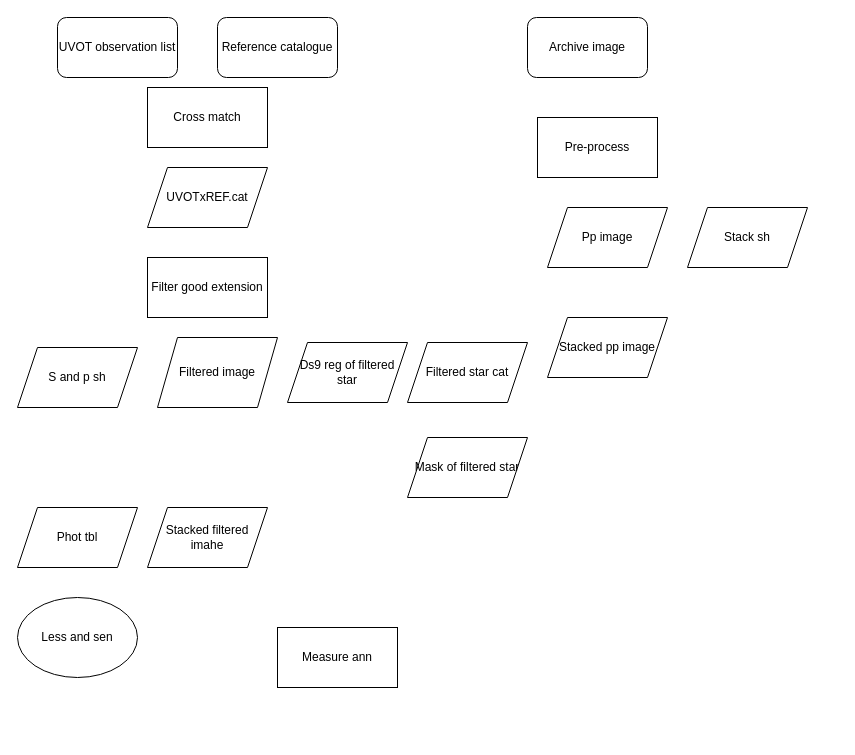
Earlier version of the draw.io diagram 未命名绘图.drawio (HaoZhou0810/Cap). Source tidied: cells renumbered, new cells numbered last; positions are measured from the earlier drawing's top-left corner, leaving out a move shared by most shapes. Both pictures are drawn from the tidied source at 100%, with x=0, y=0 at pixel (17, 17).
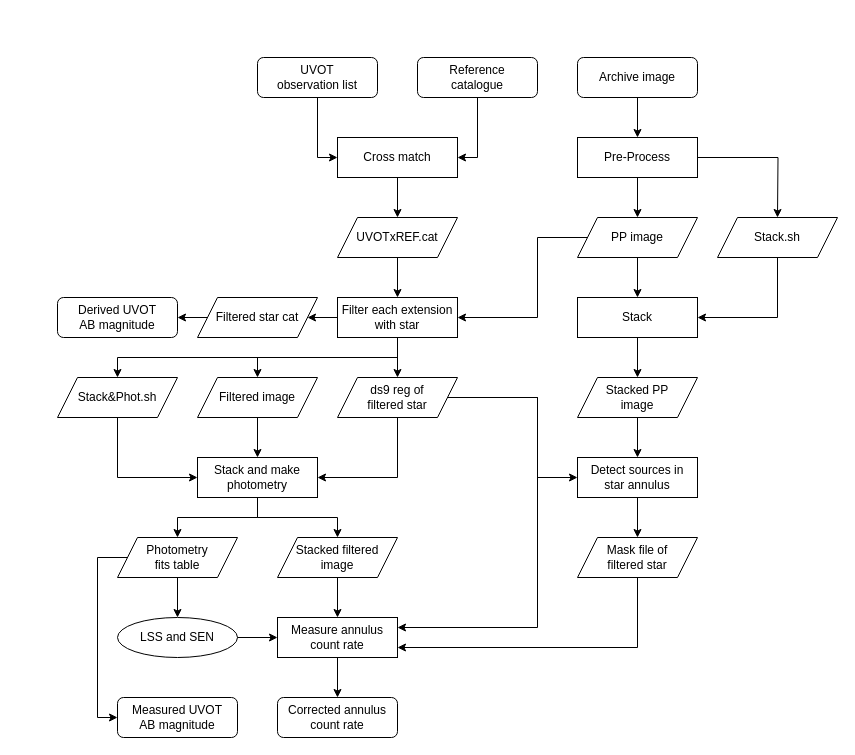
Above is the later version.

Commit message:
更新未命名绘图.drawio

Change to the diagram source:
```diff
@@
-    <mxCell id="2" value="Pre-process" style="rounded=0;whiteSpace=wrap;html=1;" parent="1" vertex="1">
-      <mxGeometry x="520" y="100" width="120" height="60" as="geometry" />
+    <mxCell id="2" value="Pre-Process" style="rounded=0;whiteSpace=wrap;html=1;" parent="1" vertex="1">
+      <mxGeometry x="560" y="120" width="120" height="40" as="geometry" />
     </mxCell>
-    <mxCell id="3" value="Pp image" style="shape=parallelogram;perimeter=parallelogramPerimeter;whiteSpace=wrap;html=1;fixedSize=1;" parent="1" vertex="1">
-      <mxGeometry x="530" y="190" width="120" height="60" as="geometry" />
+    <mxCell id="3" value="PP image" style="shape=parallelogram;perimeter=parallelogramPerimeter;whiteSpace=wrap;html=1;fixedSize=1;" parent="1" vertex="1">
+      <mxGeometry x="560" y="200" width="120" height="40" as="geometry" />
     </mxCell>
-    <mxCell id="4" value="Stack sh" style="shape=parallelogram;perimeter=parallelogramPerimeter;whiteSpace=wrap;html=1;fixedSize=1;" parent="1" vertex="1">
-      <mxGeometry x="670" y="190" width="120" height="60" as="geometry" />
+    <mxCell id="4" value="Stack.sh" style="shape=parallelogram;perimeter=parallelogramPerimeter;whiteSpace=wrap;html=1;fixedSize=1;" parent="1" vertex="1">
+      <mxGeometry x="700" y="200" width="120" height="40" as="geometry" />
     </mxCell>
-    <mxCell id="5" value="Stacked pp image" style="shape=parallelogram;perimeter=parallelogramPerimeter;whiteSpace=wrap;html=1;fixedSize=1;" parent="1" vertex="1">
-      <mxGeometry x="530" y="300" width="120" height="60" as="geometry" />
+    <mxCell id="5" value="&lt;div&gt;Stacked PP&lt;/div&gt;&lt;div&gt;image&lt;/div&gt;" style="shape=parallelogram;perimeter=parallelogramPerimeter;whiteSpace=wrap;html=1;fixedSize=1;" parent="1" vertex="1">
+      <mxGeometry x="560" y="360" width="120" height="40" as="geometry" />
     </mxCell>
     <mxCell id="6" value="Archive image" style="rounded=1;whiteSpace=wrap;html=1;" parent="1" vertex="1">
-      <mxGeometry x="510" width="120" height="60" as="geometry" />
+      <mxGeometry x="560" y="40" width="120" height="40" as="geometry" />
     </mxCell>
-    <mxCell id="7" value="UVOT observation list" style="rounded=1;whiteSpace=wrap;html=1;" parent="1" vertex="1">
-      <mxGeometry x="40" width="120" height="60" as="geometry" />
+    <mxCell id="7" value="&lt;div&gt;UVOT&lt;/div&gt;&lt;div&gt;observation list&lt;/div&gt;" style="rounded=1;whiteSpace=wrap;html=1;" parent="1" vertex="1">
+      <mxGeometry x="240" y="40" width="120" height="40" as="geometry" />
     </mxCell>
-    <mxCell id="8" value="Reference catalogue" style="rounded=1;whiteSpace=wrap;html=1;" parent="1" vertex="1">
-      <mxGeometry x="200" width="120" height="60" as="geometry" />
+    <mxCell id="8" value="&lt;div&gt;Reference&lt;/div&gt;&lt;div&gt;catalogue&lt;/div&gt;" style="rounded=1;whiteSpace=wrap;html=1;" parent="1" vertex="1">
+      <mxGeometry x="400" y="40" width="120" height="40" as="geometry" />
     </mxCell>
     <mxCell id="9" value="Cross match" style="rounded=0;whiteSpace=wrap;html=1;" parent="1" vertex="1">
-      <mxGeometry x="130" y="70" width="120" height="60" as="geometry" />
+      <mxGeometry x="320" y="120" width="120" height="40" as="geometry" />
     </mxCell>
     <mxCell id="10" value="UVOTxREF.cat" style="shape=parallelogram;perimeter=parallelogramPerimeter;whiteSpace=wrap;html=1;fixedSize=1;" parent="1" vertex="1">
-      <mxGeometry x="130" y="150" width="120" height="60" as="geometry" />
+      <mxGeometry x="320" y="200" width="120" height="40" as="geometry" />
     </mxCell>
-    <mxCell id="11" value="Filter good extension" style="rounded=0;whiteSpace=wrap;html=1;" parent="1" vertex="1">
-      <mxGeometry x="130" y="240" width="120" height="60" as="geometry" />
+    <mxCell id="11" value="Filter each extension with star" style="rounded=0;whiteSpace=wrap;html=1;" parent="1" vertex="1">
+      <mxGeometry x="320" y="280" width="120" height="40" as="geometry" />
     </mxCell>
     <mxCell id="12" value="Filtered image" style="shape=parallelogram;perimeter=parallelogramPerimeter;whiteSpace=wrap;html=1;fixedSize=1;" parent="1" vertex="1">
-      <mxGeometry x="140" y="320" width="120" height="70" as="geometry" />
+      <mxGeometry x="180" y="360" width="120" height="40" as="geometry" />
     </mxCell>
-    <mxCell id="13" value="S and p sh" style="shape=parallelogram;perimeter=parallelogramPerimeter;whiteSpace=wrap;html=1;fixedSize=1;" parent="1" vertex="1">
-      <mxGeometry y="330" width="120" height="60" as="geometry" />
+    <mxCell id="13" value="Stack&amp;amp;Phot.sh" style="shape=parallelogram;perimeter=parallelogramPerimeter;whiteSpace=wrap;html=1;fixedSize=1;" parent="1" vertex="1">
+      <mxGeometry x="40" y="360" width="120" height="40" as="geometry" />
     </mxCell>
     <mxCell id="14" value="Filtered star cat" style="shape=parallelogram;perimeter=parallelogramPerimeter;whiteSpace=wrap;html=1;fixedSize=1;" parent="1" vertex="1">
-      <mxGeometry x="390" y="325" width="120" height="60" as="geometry" />
+      <mxGeometry x="180" y="280" width="120" height="40" as="geometry" />
     </mxCell>
-    <mxCell id="15" value="Phot tbl" style="shape=parallelogram;perimeter=parallelogramPerimeter;whiteSpace=wrap;html=1;fixedSize=1;" parent="1" vertex="1">
-      <mxGeometry y="490" width="120" height="60" as="geometry" />
+    <mxCell id="15" value="&lt;div&gt;Photometry&lt;/div&gt;&lt;div&gt;fits table&lt;/div&gt;" style="shape=parallelogram;perimeter=parallelogramPerimeter;whiteSpace=wrap;html=1;fixedSize=1;" parent="1" vertex="1">
+      <mxGeometry x="100" y="520" width="120" height="40" as="geometry" />
     </mxCell>
-    <mxCell id="16" value="Stacked filtered imahe" style="shape=parallelogram;perimeter=parallelogramPerimeter;whiteSpace=wrap;html=1;fixedSize=1;" parent="1" vertex="1">
-      <mxGeometry x="130" y="490" width="120" height="60" as="geometry" />
-    </mxCell>
-    <mxCell id="17" value="Mask of filtered star" style="shape=parallelogram;perimeter=parallelogramPerimeter;whiteSpace=wrap;html=1;fixedSize=1;" parent="1" vertex="1">
-      <mxGeometry x="390" y="420" width="120" height="60" as="geometry" />
+    <mxCell id="17" value="&lt;div&gt;Mask file of&lt;/div&gt;&lt;div&gt;filtered star&lt;/div&gt;" style="shape=parallelogram;perimeter=parallelogramPerimeter;whiteSpace=wrap;html=1;fixedSize=1;" parent="1" vertex="1">
+      <mxGeometry x="560" y="520" width="120" height="40" as="geometry" />
     </mxCell>
-    <mxCell id="18" value="Ds9 reg of filtered star" style="shape=parallelogram;perimeter=parallelogramPerimeter;whiteSpace=wrap;html=1;fixedSize=1;" parent="1" vertex="1">
-      <mxGeometry x="270" y="325" width="120" height="60" as="geometry" />
+    <mxCell id="18" value="&lt;div&gt;ds9 reg of&lt;/div&gt;&lt;div&gt;filtered star&lt;/div&gt;" style="shape=parallelogram;perimeter=parallelogramPerimeter;whiteSpace=wrap;html=1;fixedSize=1;" parent="1" vertex="1">
+      <mxGeometry x="320" y="360" width="120" height="40" as="geometry" />
     </mxCell>
-    <mxCell id="19" value="Measure ann" style="rounded=0;whiteSpace=wrap;html=1;" parent="1" vertex="1">
-      <mxGeometry x="260" y="610" width="120" height="60" as="geometry" />
+    <mxCell id="19" value="&lt;div&gt;Measure annulus&lt;/div&gt;&lt;div&gt;count rate&lt;br&gt;&lt;/div&gt;" style="rounded=0;whiteSpace=wrap;html=1;" parent="1" vertex="1">
+      <mxGeometry x="260" y="600" width="120" height="40" as="geometry" />
     </mxCell>
-    <mxCell id="20" value="Less and sen" style="ellipse;whiteSpace=wrap;html=1;" parent="1" vertex="1">
-      <mxGeometry y="580" width="120" height="80" as="geometry" />
+    <mxCell id="20" value="LSS and SEN" style="ellipse;whiteSpace=wrap;html=1;" parent="1" vertex="1">
+      <mxGeometry x="100" y="600" width="120" height="40" as="geometry" />
     </mxCell>
+    <mxCell id="21" style="endArrow=classic;html=1;rounded=0;exitX=0.5;exitY=1;exitDx=0;exitDy=0;entryX=0.5;entryY=0;entryDx=0;entryDy=0;" parent="1" edge="1" source="6" target="2">
+      <mxGeometry relative="1" as="geometry" />
+    </mxCell>
+    <mxCell id="22" style="endArrow=classic;html=1;rounded=0;exitX=0.5;exitY=1;exitDx=0;exitDy=0;entryX=0.5;entryY=0;entryDx=0;entryDy=0;" parent="1" edge="1" source="2" target="3">
+      <mxGeometry relative="1" as="geometry" />
+    </mxCell>
+    <mxCell id="23" style="endArrow=classic;html=1;rounded=0;exitX=1;exitY=0.5;exitDx=0;exitDy=0;edgeStyle=orthogonalEdgeStyle;" parent="1" edge="1" source="2">
+      <mxGeometry relative="1" as="geometry">
+        <mxPoint x="760" y="200" as="targetPoint" />
+      </mxGeometry>
+    </mxCell>
+    <mxCell id="24" value="Stack" style="rounded=0;whiteSpace=wrap;html=1;" parent="1" vertex="1">
+      <mxGeometry x="560" y="280" width="120" height="40" as="geometry" />
+    </mxCell>
+    <mxCell id="25" style="endArrow=classic;html=1;rounded=0;entryX=0.5;entryY=0;entryDx=0;entryDy=0;exitX=0.5;exitY=1;exitDx=0;exitDy=0;" parent="1" edge="1" source="3" target="24">
+      <mxGeometry relative="1" as="geometry" />
+    </mxCell>
+    <mxCell id="26" style="endArrow=classic;html=1;rounded=0;entryX=1;entryY=0.5;entryDx=0;entryDy=0;exitX=0.5;exitY=1;exitDx=0;exitDy=0;edgeStyle=orthogonalEdgeStyle;" parent="1" edge="1" source="4" target="24">
+      <mxGeometry relative="1" as="geometry" />
+    </mxCell>
+    <mxCell id="27" style="endArrow=classic;html=1;rounded=0;entryX=0.5;entryY=0;entryDx=0;entryDy=0;exitX=0.5;exitY=1;exitDx=0;exitDy=0;" parent="1" edge="1" source="24" target="5">
+      <mxGeometry relative="1" as="geometry" />
+    </mxCell>
+    <mxCell id="28" style="endArrow=classic;html=1;rounded=0;exitX=0.5;exitY=1;exitDx=0;exitDy=0;entryX=0;entryY=0.5;entryDx=0;entryDy=0;entryPerimeter=0;edgeStyle=orthogonalEdgeStyle;" parent="1" edge="1" source="7" target="9">
+      <mxGeometry relative="1" as="geometry" />
+    </mxCell>
+    <mxCell id="29" style="endArrow=classic;html=1;rounded=0;exitX=0.5;exitY=1;exitDx=0;exitDy=0;entryX=1;entryY=0.5;entryDx=0;entryDy=0;edgeStyle=orthogonalEdgeStyle;" parent="1" edge="1" source="8" target="9">
+      <mxGeometry relative="1" as="geometry" />
+    </mxCell>
+    <mxCell id="30" style="endArrow=classic;html=1;rounded=0;exitX=0.5;exitY=1;exitDx=0;exitDy=0;" parent="1" edge="1" source="9" target="10">
+      <mxGeometry relative="1" as="geometry" />
+    </mxCell>
+    <mxCell id="31" style="endArrow=classic;html=1;rounded=0;exitX=0.5;exitY=1;exitDx=0;exitDy=0;" parent="1" edge="1" source="10" target="11">
+      <mxGeometry relative="1" as="geometry" />
+    </mxCell>
+    <mxCell id="32" value="Stack and make photometry" style="rounded=0;whiteSpace=wrap;html=1;" parent="1" vertex="1">
+      <mxGeometry x="180" y="440" width="120" height="40" as="geometry" />
+    </mxCell>
+    <mxCell id="33" style="endArrow=classic;html=1;rounded=0;exitX=0;exitY=0.5;exitDx=0;exitDy=0;entryX=1;entryY=0.5;entryDx=0;entryDy=0;" parent="1" edge="1" source="11" target="14">
+      <mxGeometry relative="1" as="geometry" />
+    </mxCell>
+    <mxCell id="34" style="endArrow=classic;html=1;rounded=0;exitX=0.5;exitY=1;exitDx=0;exitDy=0;entryX=0.5;entryY=0;entryDx=0;entryDy=0;" parent="1" edge="1" source="11" target="18">
+      <mxGeometry relative="1" as="geometry" />
+    </mxCell>
+    <mxCell id="35" style="endArrow=classic;html=1;rounded=0;entryX=0.5;entryY=0;entryDx=0;entryDy=0;edgeStyle=orthogonalEdgeStyle;exitX=0.5;exitY=1;exitDx=0;exitDy=0;" parent="1" edge="1" source="11" target="12">
+      <mxGeometry relative="1" as="geometry" />
+    </mxCell>
+    <mxCell id="36" style="endArrow=classic;html=1;rounded=0;entryX=0.5;entryY=0;entryDx=0;entryDy=0;edgeStyle=orthogonalEdgeStyle;exitX=0.5;exitY=1;exitDx=0;exitDy=0;" parent="1" edge="1" source="11" target="13">
+      <mxGeometry relative="1" as="geometry" />
+    </mxCell>
+    <mxCell id="37" style="endArrow=classic;html=1;rounded=0;exitX=0.5;exitY=1;exitDx=0;exitDy=0;entryX=0.5;entryY=0;entryDx=0;entryDy=0;" parent="1" edge="1" source="12" target="32">
+      <mxGeometry relative="1" as="geometry" />
+    </mxCell>
+    <mxCell id="38" style="endArrow=classic;html=1;rounded=0;exitX=0.5;exitY=1;exitDx=0;exitDy=0;entryX=1;entryY=0.5;entryDx=0;entryDy=0;edgeStyle=orthogonalEdgeStyle;" parent="1" edge="1" source="18" target="32">
+      <mxGeometry relative="1" as="geometry" />
+    </mxCell>
+    <mxCell id="39" style="endArrow=classic;html=1;rounded=0;exitX=0.5;exitY=1;exitDx=0;exitDy=0;entryX=0;entryY=0.5;entryDx=0;entryDy=0;edgeStyle=orthogonalEdgeStyle;" parent="1" edge="1" source="13" target="32">
+      <mxGeometry relative="1" as="geometry" />
+    </mxCell>
+    <mxCell id="40" value="&lt;div&gt;Stacked filtered&lt;/div&gt;&lt;div&gt;image&lt;br&gt;&lt;/div&gt;" style="shape=parallelogram;perimeter=parallelogramPerimeter;whiteSpace=wrap;html=1;fixedSize=1;" parent="1" vertex="1">
+      <mxGeometry x="260" y="520" width="120" height="40" as="geometry" />
+    </mxCell>
+    <mxCell id="41" style="endArrow=classic;html=1;rounded=0;exitX=0.5;exitY=1;exitDx=0;exitDy=0;entryX=0.5;entryY=0;entryDx=0;entryDy=0;edgeStyle=orthogonalEdgeStyle;" parent="1" edge="1" source="32" target="40">
+      <mxGeometry relative="1" as="geometry" />
+    </mxCell>
+    <mxCell id="42" style="endArrow=classic;html=1;rounded=0;exitX=0.5;exitY=1;exitDx=0;exitDy=0;entryX=0.5;entryY=0;entryDx=0;entryDy=0;edgeStyle=orthogonalEdgeStyle;" parent="1" edge="1" source="32" target="15">
+      <mxGeometry relative="1" as="geometry" />
+    </mxCell>
+    <mxCell id="43" style="endArrow=classic;html=1;rounded=0;exitX=0.5;exitY=1;exitDx=0;exitDy=0;entryX=0.5;entryY=0;entryDx=0;entryDy=0;" parent="1" edge="1" source="15" target="20">
+      <mxGeometry relative="1" as="geometry" />
+    </mxCell>
+    <mxCell id="44" style="endArrow=classic;html=1;rounded=0;exitX=1;exitY=0.5;exitDx=0;exitDy=0;entryX=0;entryY=0.5;entryDx=0;entryDy=0;" parent="1" edge="1" source="20" target="19">
+      <mxGeometry relative="1" as="geometry" />
+    </mxCell>
+    <mxCell id="45" style="endArrow=classic;html=1;rounded=0;exitX=0.5;exitY=1;exitDx=0;exitDy=0;entryX=0.5;entryY=0;entryDx=0;entryDy=0;" parent="1" edge="1" source="40" target="19">
+      <mxGeometry relative="1" as="geometry" />
+    </mxCell>
+    <mxCell id="46" style="endArrow=classic;html=1;rounded=0;exitX=1;exitY=0.5;exitDx=0;exitDy=0;entryX=1;entryY=0.25;entryDx=0;entryDy=0;edgeStyle=orthogonalEdgeStyle;" parent="1" edge="1" source="18" target="19">
+      <mxGeometry relative="1" as="geometry">
+        <Array as="points">
+          <mxPoint x="520" y="380" />
+          <mxPoint x="520" y="610" />
+        </Array>
+      </mxGeometry>
+    </mxCell>
+    <mxCell id="47" value="&lt;div&gt;Detect sources in&lt;/div&gt;&lt;div&gt;star annulus&lt;/div&gt;" style="rounded=0;whiteSpace=wrap;html=1;" parent="1" vertex="1">
+      <mxGeometry x="560" y="440" width="120" height="40" as="geometry" />
+    </mxCell>
+    <mxCell id="48" style="endArrow=classic;html=1;rounded=0;entryX=0;entryY=0.5;entryDx=0;entryDy=0;exitX=1;exitY=0.5;exitDx=0;exitDy=0;edgeStyle=orthogonalEdgeStyle;" parent="1" edge="1" source="18" target="47">
+      <mxGeometry relative="1" as="geometry">
+        <Array as="points">
+          <mxPoint x="520" y="380" />
+          <mxPoint x="520" y="460" />
+        </Array>
+      </mxGeometry>
+    </mxCell>
+    <mxCell id="49" style="endArrow=classic;html=1;rounded=0;exitX=0.5;exitY=1;exitDx=0;exitDy=0;entryX=0.5;entryY=0;entryDx=0;entryDy=0;" parent="1" edge="1" source="5" target="47">
+      <mxGeometry relative="1" as="geometry" />
+    </mxCell>
+    <mxCell id="50" style="endArrow=classic;html=1;rounded=0;exitX=0.5;exitY=1;exitDx=0;exitDy=0;entryX=0.5;entryY=0;entryDx=0;entryDy=0;" parent="1" edge="1" source="47" target="17">
+      <mxGeometry relative="1" as="geometry" />
+    </mxCell>
+    <mxCell id="51" style="endArrow=classic;html=1;rounded=0;exitX=0.5;exitY=1;exitDx=0;exitDy=0;entryX=1;entryY=0.75;entryDx=0;entryDy=0;edgeStyle=orthogonalEdgeStyle;" parent="1" edge="1" source="17" target="19">
+      <mxGeometry relative="1" as="geometry" />
+    </mxCell>
+    <mxCell id="52" value="&lt;div&gt;Corrected annulus&lt;/div&gt;&lt;div&gt;count rate&lt;br&gt;&lt;/div&gt;" style="rounded=1;whiteSpace=wrap;html=1;" parent="1" vertex="1">
+      <mxGeometry x="260" y="680" width="120" height="40" as="geometry" />
+    </mxCell>
+    <mxCell id="53" style="endArrow=classic;html=1;rounded=0;exitX=0.5;exitY=1;exitDx=0;exitDy=0;entryX=0.5;entryY=0;entryDx=0;entryDy=0;" parent="1" edge="1" source="19" target="52">
+      <mxGeometry relative="1" as="geometry" />
+    </mxCell>
+    <mxCell id="54" value="&lt;div&gt;Derived UVOT&lt;/div&gt;&lt;div&gt;AB magnitude&lt;br&gt;&lt;/div&gt;" style="rounded=1;whiteSpace=wrap;html=1;" parent="1" vertex="1">
+      <mxGeometry x="40" y="280" width="120" height="40" as="geometry" />
+    </mxCell>
+    <mxCell id="55" style="endArrow=classic;html=1;rounded=0;exitX=0;exitY=0.5;exitDx=0;exitDy=0;entryX=1;entryY=0.5;entryDx=0;entryDy=0;" parent="1" edge="1" source="14" target="54">
+      <mxGeometry relative="1" as="geometry" />
+    </mxCell>
+    <mxCell id="56" value="&lt;div&gt;Measured UVOT&lt;/div&gt;&lt;div&gt;AB magnitude&lt;br&gt;&lt;/div&gt;" style="rounded=1;whiteSpace=wrap;html=1;" parent="1" vertex="1">
+      <mxGeometry x="100" y="680" width="120" height="40" as="geometry" />
+    </mxCell>
+    <mxCell id="57" style="endArrow=classic;html=1;rounded=0;exitX=0;exitY=0.5;exitDx=0;exitDy=0;entryX=0;entryY=0.5;entryDx=0;entryDy=0;edgeStyle=orthogonalEdgeStyle;" parent="1" edge="1" source="15" target="56">
+      <mxGeometry relative="1" as="geometry">
+        <Array as="points">
+          <mxPoint x="80" y="540" />
+          <mxPoint x="80" y="700" />
+        </Array>
+      </mxGeometry>
+    </mxCell>
+    <mxCell id="58" style="endArrow=classic;html=1;rounded=0;exitX=0;exitY=0.5;exitDx=0;exitDy=0;entryX=1;entryY=0.5;entryDx=0;entryDy=0;edgeStyle=orthogonalEdgeStyle;" parent="1" edge="1" source="3" target="11">
+      <mxGeometry relative="1" as="geometry">
+        <Array as="points">
+          <mxPoint x="520" y="220" />
+          <mxPoint x="520" y="300" />
+        </Array>
+      </mxGeometry>
+    </mxCell>
```
